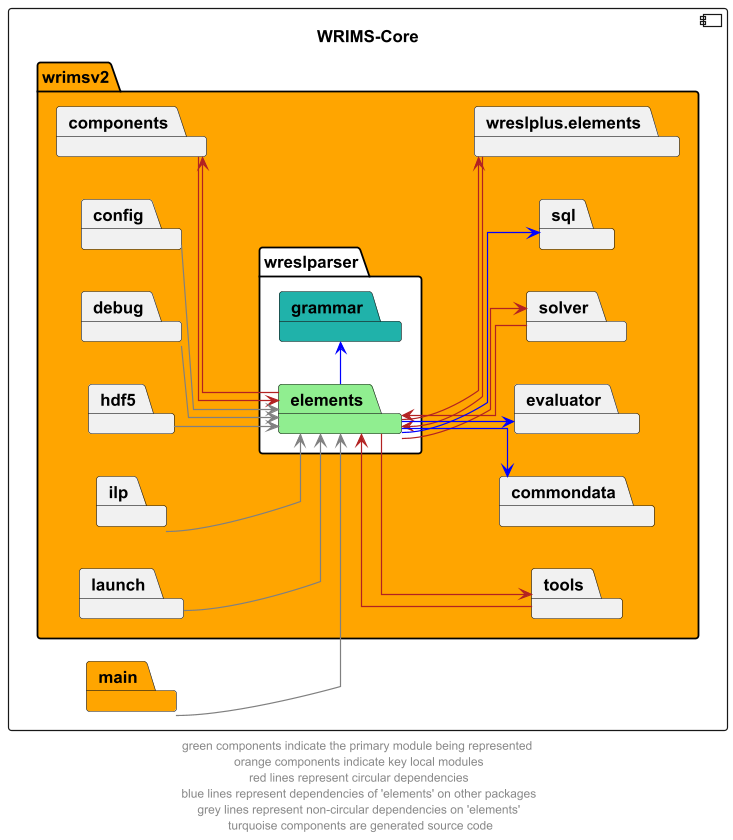
Above: docs/diagrams/wrims-core/wrims-core_wreslparser-elements.png in CentralValleyModeling/wrims (PlantUML), before the change.
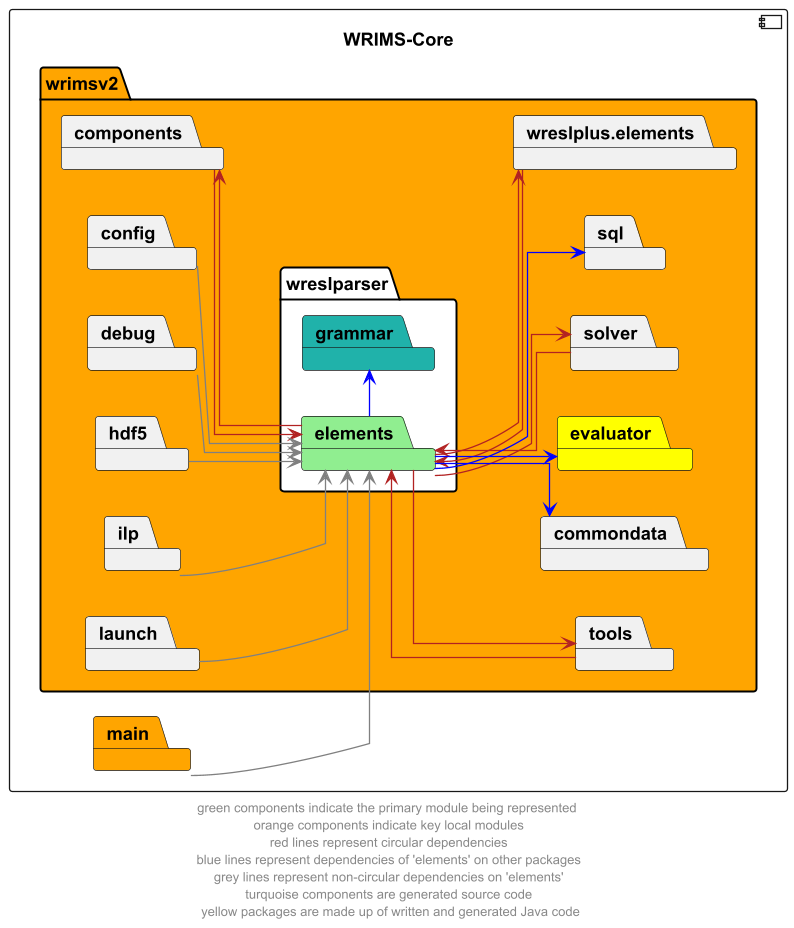
The same file after the commit.

The edit, as a diff of the source:
```diff
@@ -10,7 +10,7 @@
         }
         package commondata
         package components
-        package evaluator
+        package evaluator #yellow
         package solver
         package tools
         package sql
@@ -47,5 +47,5 @@
 main --> elements #grey
 
 
-footer "green components indicate the primary module being represented \n orange components indicate key local modules \n red lines represent circular dependencies \n blue lines represent dependencies of 'elements' on other packages \n grey lines represent non-circular dependencies on 'elements' \n turquoise components are generated source code"
+footer "green components indicate the primary module being represented \n orange components indicate key local modules \n red lines represent circular dependencies \n blue lines represent dependencies of 'elements' on other packages \n grey lines represent non-circular dependencies on 'elements' \n turquoise components are generated source code \n yellow packages are made up of written and generated Java code"
 @enduml
```
